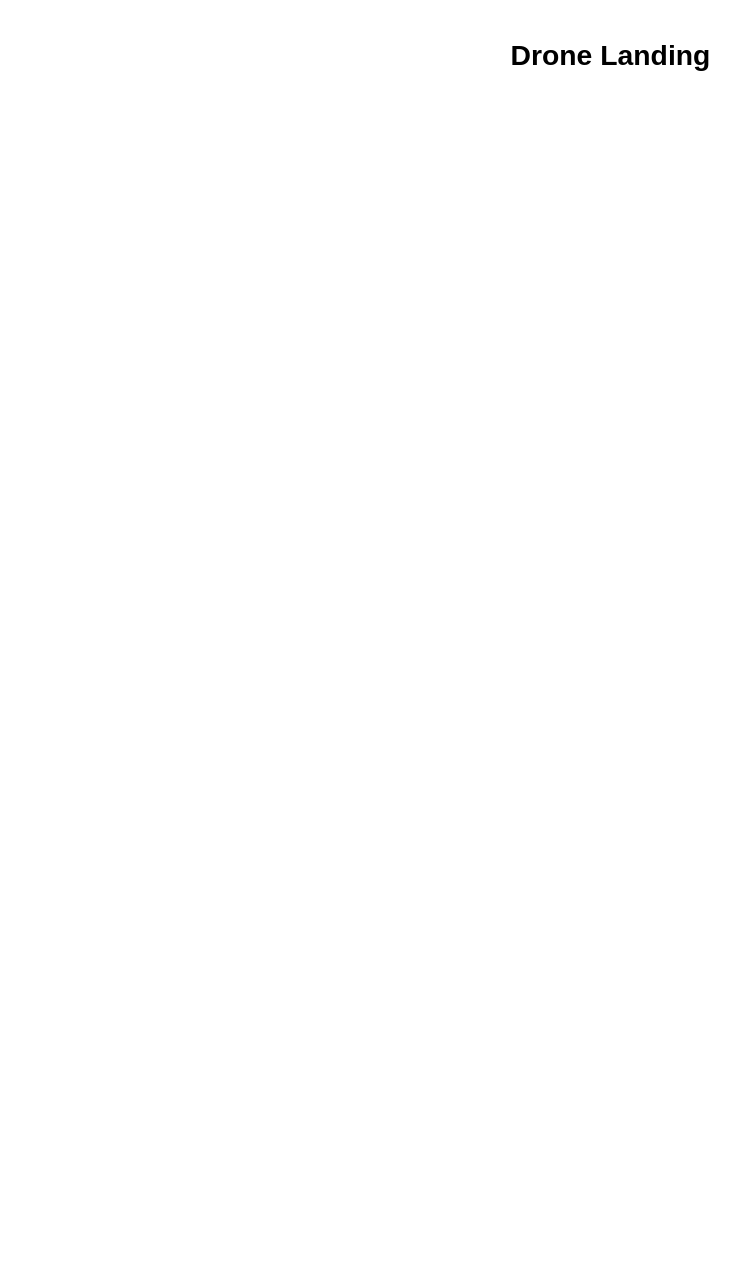
This is page "Drone-Landing" (7 of 9) of Drawio-Diagrams/Nest Behavioral Diagrams Fall-2020.drawio from impress-msu/Documentation, a draw.io file, before an edit. Source tidied: cells renumbered, new cells numbered last; positions are measured from the earlier drawing's top-left corner, leaving out a move shared by most shapes. Both pictures are drawn from the tidied source at 118%, with x=0, y=0 at pixel (480, 32).
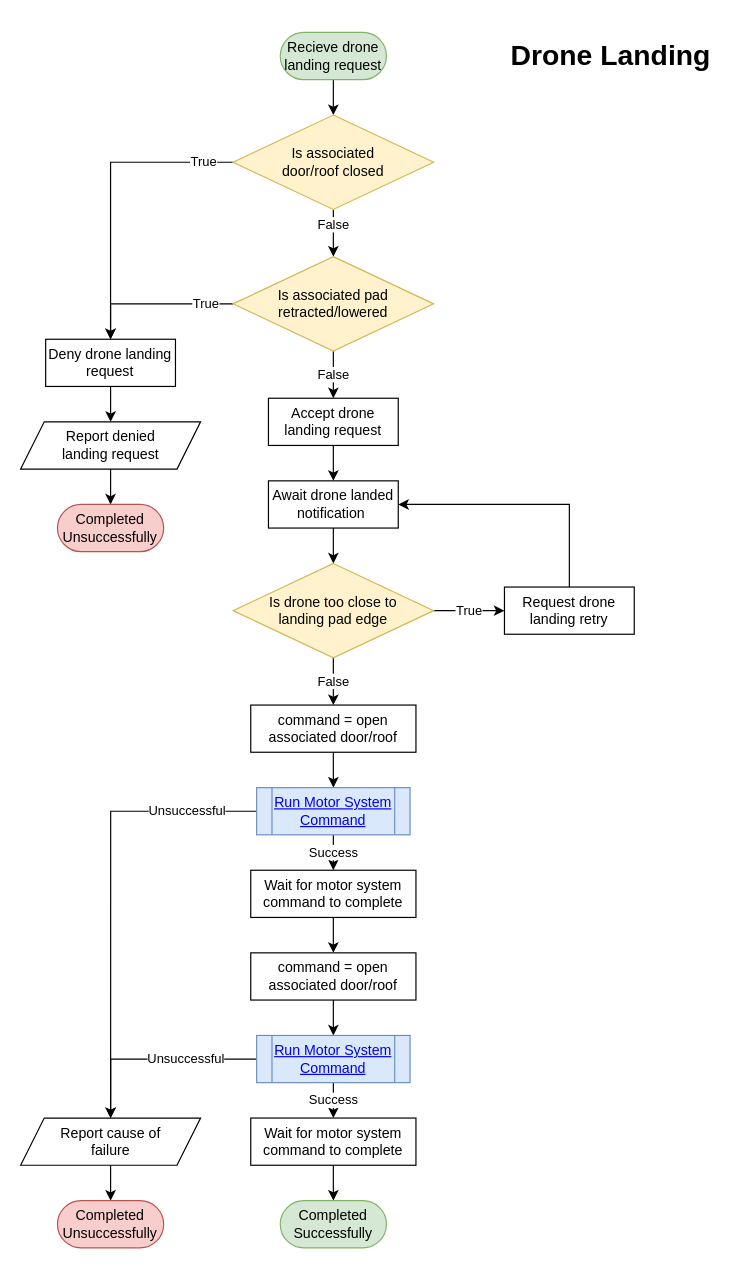
Above is the later version.

Commit message (it also covers changes not shown here):
Added take-off and landing diagrams

Diff of the diagram source:
```diff
@@
+    <mxCell id="3" style="edgeStyle=orthogonalEdgeStyle;rounded=0;jettySize=auto;html=1;exitX=0.5;exitY=1;exitDx=0;exitDy=0;entryX=0.5;entryY=0;entryDx=0;entryDy=0;" parent="1" edge="1" source="4" target="7">
+      <mxGeometry relative="1" as="geometry" />
+    </mxCell>
+    <mxCell id="4" value="Recieve drone landing request" style="rounded=1;whiteSpace=wrap;html=1;arcSize=50;fillColor=#d5e8d4;strokeColor=#82b366;" parent="1" vertex="1">
+      <mxGeometry x="-170" width="90" height="40" as="geometry" />
+    </mxCell>
+    <mxCell id="5" value="False" style="edgeStyle=orthogonalEdgeStyle;rounded=0;jettySize=auto;html=1;exitX=0.5;exitY=1;exitDx=0;exitDy=0;entryX=0.5;entryY=0;entryDx=0;entryDy=0;" parent="1" edge="1" source="7" target="10">
+      <mxGeometry x="-0.33" relative="1" as="geometry" />
+    </mxCell>
+    <mxCell id="6" value="True" style="edgeStyle=orthogonalEdgeStyle;rounded=0;jettySize=auto;html=1;exitX=0;exitY=0.5;exitDx=0;exitDy=0;entryX=0.5;entryY=0;entryDx=0;entryDy=0;" parent="1" edge="1" source="7" target="36">
+      <mxGeometry x="-0.8" relative="1" as="geometry" />
+    </mxCell>
+    <mxCell id="7" value="Is associated &#10;door/roof closed" style="rhombus;whiteSpace=wrap;spacing=20;spacingLeft=0;fillColor=#fff2cc;strokeColor=#d6b656;" parent="1" vertex="1">
+      <mxGeometry x="-210" y="70" width="170" height="80" as="geometry" />
+    </mxCell>
+    <mxCell id="8" value="True" style="edgeStyle=orthogonalEdgeStyle;rounded=0;jettySize=auto;html=1;exitX=0;exitY=0.5;exitDx=0;exitDy=0;entryX=0.5;entryY=0;entryDx=0;entryDy=0;" parent="1" edge="1" source="10" target="36">
+      <mxGeometry x="-0.65" relative="1" as="geometry" />
+    </mxCell>
+    <mxCell id="9" value="False" style="edgeStyle=orthogonalEdgeStyle;rounded=0;jettySize=auto;html=1;exitX=0.5;exitY=1;exitDx=0;exitDy=0;entryX=0.5;entryY=0;entryDx=0;entryDy=0;" parent="1" edge="1" source="10" target="14">
+      <mxGeometry relative="1" as="geometry" />
+    </mxCell>
+    <mxCell id="10" value="Is associated pad retracted/lowered" style="rhombus;whiteSpace=wrap;spacing=20;spacingLeft=0;fillColor=#fff2cc;strokeColor=#d6b656;" parent="1" vertex="1">
+      <mxGeometry x="-210" y="190" width="170" height="80" as="geometry" />
+    </mxCell>
+    <mxCell id="11" style="edgeStyle=orthogonalEdgeStyle;rounded=0;jettySize=auto;html=1;exitX=0.5;exitY=1;exitDx=0;exitDy=0;entryX=0.5;entryY=0;entryDx=0;entryDy=0;" parent="1" edge="1" source="12" target="17">
+      <mxGeometry relative="1" as="geometry" />
+    </mxCell>
+    <mxCell id="12" value="Await drone landed notification&amp;nbsp;" style="rounded=0;whiteSpace=wrap;html=1;" parent="1" vertex="1">
+      <mxGeometry x="-180" y="380" width="110" height="40" as="geometry" />
+    </mxCell>
+    <mxCell id="13" style="edgeStyle=orthogonalEdgeStyle;rounded=0;jettySize=auto;html=1;exitX=0.5;exitY=1;exitDx=0;exitDy=0;entryX=0.5;entryY=0;entryDx=0;entryDy=0;" parent="1" edge="1" source="14" target="12">
+      <mxGeometry relative="1" as="geometry" />
+    </mxCell>
+    <mxCell id="14" value="Accept drone landing request" style="rounded=0;whiteSpace=wrap;html=1;" parent="1" vertex="1">
+      <mxGeometry x="-180" y="310" width="110" height="40" as="geometry" />
+    </mxCell>
+    <mxCell id="15" value="False" style="edgeStyle=orthogonalEdgeStyle;rounded=0;jettySize=auto;html=1;exitX=0.5;exitY=1;exitDx=0;exitDy=0;entryX=0.5;entryY=0;entryDx=0;entryDy=0;" parent="1" edge="1" source="17" target="19">
+      <mxGeometry relative="1" as="geometry" />
+    </mxCell>
+    <mxCell id="16" value="True" style="edgeStyle=orthogonalEdgeStyle;rounded=0;jettySize=auto;html=1;exitX=1;exitY=0.5;exitDx=0;exitDy=0;entryX=0;entryY=0.5;entryDx=0;entryDy=0;" parent="1" edge="1" source="17" target="39">
+      <mxGeometry relative="1" as="geometry" />
+    </mxCell>
+    <mxCell id="17" value="Is drone too close to landing pad edge" style="rhombus;whiteSpace=wrap;spacing=20;spacingLeft=0;fillColor=#fff2cc;strokeColor=#d6b656;" parent="1" vertex="1">
+      <mxGeometry x="-210" y="450" width="170" height="80" as="geometry" />
+    </mxCell>
+    <mxCell id="18" style="edgeStyle=orthogonalEdgeStyle;rounded=0;jettySize=auto;html=1;exitX=0.5;exitY=1;exitDx=0;exitDy=0;entryX=0.5;entryY=0;entryDx=0;entryDy=0;" parent="1" edge="1" source="19" target="22">
+      <mxGeometry relative="1" as="geometry" />
+    </mxCell>
+    <mxCell id="19" value="command = open associated door/roof" style="rounded=0;whiteSpace=wrap;html=1;" parent="1" vertex="1">
+      <mxGeometry x="-195" y="570" width="140" height="40" as="geometry" />
+    </mxCell>
+    <mxCell id="20" value="Success" style="edgeStyle=orthogonalEdgeStyle;rounded=0;jettySize=auto;html=1;exitX=0.5;exitY=1;exitDx=0;exitDy=0;entryX=0.5;entryY=0;entryDx=0;entryDy=0;" parent="1" edge="1" source="22" target="24">
+      <mxGeometry relative="1" as="geometry" />
+    </mxCell>
+    <mxCell id="21" value="Unsuccessful" style="edgeStyle=orthogonalEdgeStyle;rounded=0;jettySize=auto;html=1;exitX=0;exitY=0.5;exitDx=0;exitDy=0;entryX=0.5;entryY=0;entryDx=0;entryDy=0;" parent="1" edge="1" source="22" target="41">
+      <mxGeometry x="-0.69" relative="1" as="geometry" />
+    </mxCell>
+    <mxCell id="22" value="&lt;a href=&quot;data:page/id,fMjt44vwcyZgFf3OZV7Q&quot;&gt;Run Motor System Command&lt;/a&gt;" style="shape=process;whiteSpace=wrap;html=1;backgroundOutline=1;fillColor=#dae8fc;strokeColor=#6c8ebf;" parent="1" vertex="1">
+      <mxGeometry x="-190" y="640" width="130" height="40" as="geometry" />
+    </mxCell>
+    <mxCell id="23" style="edgeStyle=orthogonalEdgeStyle;rounded=0;jettySize=auto;html=1;exitX=0.5;exitY=1;exitDx=0;exitDy=0;entryX=0.5;entryY=0;entryDx=0;entryDy=0;" parent="1" edge="1" source="24" target="26">
+      <mxGeometry relative="1" as="geometry" />
+    </mxCell>
+    <mxCell id="24" value="Wait for motor system command to complete" style="rounded=0;whiteSpace=wrap;html=1;" parent="1" vertex="1">
+      <mxGeometry x="-195" y="710" width="140" height="40" as="geometry" />
+    </mxCell>
+    <mxCell id="25" style="edgeStyle=orthogonalEdgeStyle;rounded=0;jettySize=auto;html=1;exitX=0.5;exitY=1;exitDx=0;exitDy=0;entryX=0.5;entryY=0;entryDx=0;entryDy=0;" parent="1" edge="1" source="26" target="29">
+      <mxGeometry relative="1" as="geometry" />
+    </mxCell>
+    <mxCell id="26" value="command = open associated door/roof" style="rounded=0;whiteSpace=wrap;html=1;" parent="1" vertex="1">
+      <mxGeometry x="-195" y="780" width="140" height="40" as="geometry" />
+    </mxCell>
+    <mxCell id="27" value="Success" style="edgeStyle=orthogonalEdgeStyle;rounded=0;jettySize=auto;html=1;exitX=0.5;exitY=1;exitDx=0;exitDy=0;entryX=0.5;entryY=0;entryDx=0;entryDy=0;" parent="1" edge="1" source="29" target="31">
+      <mxGeometry relative="1" as="geometry" />
+    </mxCell>
+    <mxCell id="28" value="Unsuccessful" style="edgeStyle=orthogonalEdgeStyle;rounded=0;jettySize=auto;html=1;exitX=0;exitY=0.5;exitDx=0;exitDy=0;entryX=0.5;entryY=0;entryDx=0;entryDy=0;" parent="1" edge="1" source="29" target="41">
+      <mxGeometry x="-0.31" relative="1" as="geometry" />
+    </mxCell>
+    <mxCell id="29" value="&lt;a href=&quot;data:page/id,fMjt44vwcyZgFf3OZV7Q&quot;&gt;Run Motor System Command&lt;/a&gt;" style="shape=process;whiteSpace=wrap;html=1;backgroundOutline=1;fillColor=#dae8fc;strokeColor=#6c8ebf;" parent="1" vertex="1">
+      <mxGeometry x="-190" y="850" width="130" height="40" as="geometry" />
+    </mxCell>
+    <mxCell id="30" style="edgeStyle=orthogonalEdgeStyle;rounded=0;jettySize=auto;html=1;exitX=0.5;exitY=1;exitDx=0;exitDy=0;entryX=0.5;entryY=0;entryDx=0;entryDy=0;" parent="1" edge="1" source="31" target="32">
+      <mxGeometry relative="1" as="geometry" />
+    </mxCell>
+    <mxCell id="31" value="Wait for motor system command to complete" style="rounded=0;whiteSpace=wrap;html=1;" parent="1" vertex="1">
+      <mxGeometry x="-195" y="920" width="140" height="40" as="geometry" />
+    </mxCell>
+    <mxCell id="32" value="Completed Successfully" style="rounded=1;whiteSpace=wrap;html=1;arcSize=50;fillColor=#d5e8d4;strokeColor=#82b366;" parent="1" vertex="1">
+      <mxGeometry x="-170" y="990" width="90" height="40" as="geometry" />
+    </mxCell>
+    <mxCell id="33" style="edgeStyle=orthogonalEdgeStyle;rounded=0;jettySize=auto;html=1;exitX=0.5;exitY=1;exitDx=0;exitDy=0;entryX=0.5;entryY=0;entryDx=0;entryDy=0;" parent="1" edge="1" source="34" target="37">
+      <mxGeometry relative="1" as="geometry" />
+    </mxCell>
+    <mxCell id="34" value="Report denied landing request" style="shape=parallelogram;perimeter=parallelogramPerimeter;whiteSpace=wrap;html=1;fixedSize=1;spacing=20;" parent="1" vertex="1">
+      <mxGeometry x="-390" y="330" width="152.5" height="40" as="geometry" />
+    </mxCell>
+    <mxCell id="35" style="edgeStyle=orthogonalEdgeStyle;rounded=0;jettySize=auto;html=1;exitX=0.5;exitY=1;exitDx=0;exitDy=0;entryX=0.5;entryY=0;entryDx=0;entryDy=0;" parent="1" edge="1" source="36" target="34">
+      <mxGeometry relative="1" as="geometry" />
+    </mxCell>
+    <mxCell id="36" value="Deny drone landing request" style="rounded=0;whiteSpace=wrap;html=1;" parent="1" vertex="1">
+      <mxGeometry x="-368.8" y="260" width="110" height="40" as="geometry" />
+    </mxCell>
+    <mxCell id="37" value="Completed Unsuccessfully" style="rounded=1;whiteSpace=wrap;html=1;arcSize=50;fillColor=#f8cecc;strokeColor=#b85450;" parent="1" vertex="1">
+      <mxGeometry x="-358.8" y="400" width="90" height="40" as="geometry" />
+    </mxCell>
+    <mxCell id="38" style="edgeStyle=orthogonalEdgeStyle;rounded=0;jettySize=auto;html=1;exitX=0.5;exitY=0;exitDx=0;exitDy=0;entryX=1;entryY=0.5;entryDx=0;entryDy=0;" parent="1" edge="1" source="39" target="12">
+      <mxGeometry relative="1" as="geometry" />
+    </mxCell>
+    <mxCell id="39" value="Request drone landing retry" style="rounded=0;whiteSpace=wrap;html=1;" parent="1" vertex="1">
+      <mxGeometry x="20" y="470" width="110" height="40" as="geometry" />
+    </mxCell>
+    <mxCell id="40" style="edgeStyle=orthogonalEdgeStyle;rounded=0;jettySize=auto;html=1;exitX=0.5;exitY=1;exitDx=0;exitDy=0;entryX=0.5;entryY=0;entryDx=0;entryDy=0;" parent="1" edge="1" source="41" target="42">
+      <mxGeometry relative="1" as="geometry" />
+    </mxCell>
+    <mxCell id="41" value="Report cause of failure" style="shape=parallelogram;perimeter=parallelogramPerimeter;whiteSpace=wrap;html=1;fixedSize=1;spacing=20;" parent="1" vertex="1">
+      <mxGeometry x="-390" y="920" width="152.5" height="40" as="geometry" />
+    </mxCell>
+    <mxCell id="42" value="Completed Unsuccessfully" style="rounded=1;whiteSpace=wrap;html=1;arcSize=50;fillColor=#f8cecc;strokeColor=#b85450;" parent="1" vertex="1">
+      <mxGeometry x="-358.8" y="990" width="90" height="40" as="geometry" />
+    </mxCell>
```
